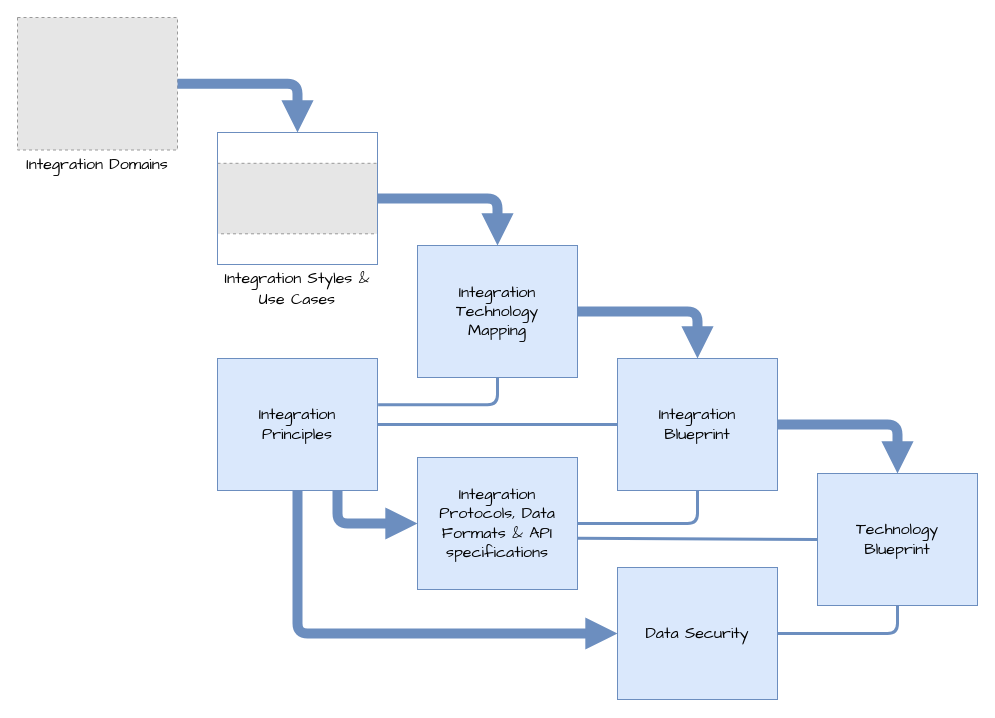
Earlier version of the draw.io diagram modules/ROOT/diagrams/overview.drawio (stn1slv/idm). Source tidied: cells renumbered, new cells numbered last; positions are measured from the earlier drawing's top-left corner, leaving out a move shared by most shapes. Both pictures are drawn from the tidied source at 100%, with x=0, y=0 at pixel (17, 17). Pictures stored in the file or linked from it are replaced by grey dashed boxes.
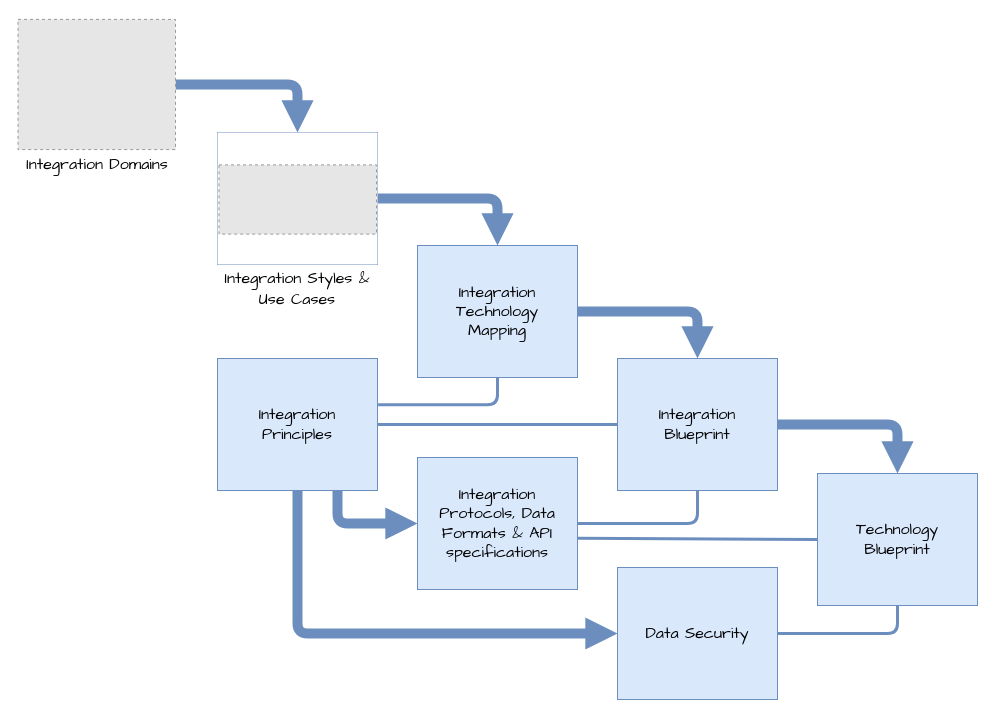
The same diagram, later.

Change to the diagram source:
```diff
@@
+    <mxCell id="13" style="rounded=0;whiteSpace=wrap;html=1;fillColor=none;strokeColor=#6C8EBF;" parent="1" vertex="1">
+      <mxGeometry x="200" y="115" width="160" height="132" as="geometry" />
+    </mxCell>
@@
-    <mxCell id="7" style="group;fontFamily=Architects Daughter;" parent="1" vertex="1">
-      <mxGeometry width="160" height="162" as="geometry" />
-    </mxCell>
-    <mxCell id="8" style="fillColor=#E6E6E6;strokeColor=#999999;dashed=1;verticalLabelPosition=bottom;labelBackgroundColor=default;verticalAlign=top;" parent="7" vertex="1">
-      <mxGeometry width="160" height="132.5" as="geometry" />
-    </mxCell>
-    <mxCell id="9" value="&lt;font&gt;Integration Domains&lt;/font&gt;" style="text;html=1;align=center;verticalAlign=middle;whiteSpace=wrap;rounded=0;fontFamily=Architects Daughter;fontSize=16;" parent="7" vertex="1">
-      <mxGeometry y="132" width="160" height="30" as="geometry" />
-    </mxCell>
-    <mxCell id="10" style="group;fontFamily=Architects Daughter;" parent="1" vertex="1">
-      <mxGeometry x="200" y="115" width="160" height="180" as="geometry" />
-    </mxCell>
-    <mxCell id="11" style="group;fillColor=default;" parent="10" vertex="1">
-      <mxGeometry width="160" height="132" as="geometry" />
-    </mxCell>
-    <mxCell id="12" style="fillColor=#E6E6E6;strokeColor=#999999;dashed=1;verticalLabelPosition=bottom;labelBackgroundColor=default;verticalAlign=top;" parent="11" vertex="1">
-      <mxGeometry y="30.8" width="160" height="70.5" as="geometry" />
-    </mxCell>
-    <mxCell id="13" style="rounded=0;whiteSpace=wrap;html=1;fillColor=none;strokeColor=#6C8EBF;" parent="11" vertex="1">
-      <mxGeometry width="160" height="132" as="geometry" />
-    </mxCell>
-    <mxCell id="14" value="&lt;font face=&quot;Architects Daughter&quot;&gt;Integration Styles &amp;amp; Use Cases&lt;/font&gt;" style="text;html=1;align=center;verticalAlign=middle;whiteSpace=wrap;rounded=0;fontFamily=Architec;fontSize=16;" parent="10" vertex="1">
-      <mxGeometry y="132" width="160" height="48" as="geometry" />
-    </mxCell>
@@
-    <mxCell id="16" style="edgeStyle=orthogonalEdgeStyle;rounded=1;jettySize=auto;html=1;entryX=0.5;entryY=0;entryDx=0;entryDy=0;strokeWidth=10;endArrow=block;endFill=1;fillColor=#dae8fc;strokeColor=#6c8ebf;curved=0;" parent="1" edge="1" source="8" target="13">
+    <mxCell id="16" style="edgeStyle=orthogonalEdgeStyle;rounded=1;jettySize=auto;html=1;entryX=0.5;entryY=0;entryDx=0;entryDy=0;strokeWidth=10;endArrow=block;endFill=1;fillColor=#dae8fc;strokeColor=#6c8ebf;curved=0;exitX=1;exitY=0.5;exitDx=0;exitDy=0;" parent="1" edge="1" source="30" target="13">
       <mxGeometry relative="1" as="geometry" />
     </mxCell>
@@
+    <mxCell id="27" style="group;" parent="1" vertex="1">
+      <mxGeometry x="200" y="115" width="160" height="180" as="geometry" />
+    </mxCell>
+    <mxCell id="11" style="group;fillColor=default;" parent="27" vertex="1">
+      <mxGeometry width="160" height="132" as="geometry" />
+    </mxCell>
+    <mxCell id="14" value="&lt;font face=&quot;Architects Daughter&quot;&gt;Integration Styles &amp;amp; Use Cases&lt;/font&gt;" style="text;html=1;align=center;verticalAlign=middle;whiteSpace=wrap;rounded=0;fontFamily=Architec;fontSize=16;" parent="27" vertex="1">
+      <mxGeometry y="132" width="160" height="48" as="geometry" />
+    </mxCell>
+    <mxCell id="28" style="fillColor=#E6E6E6;strokeColor=#999999;dashed=1;verticalLabelPosition=bottom;labelBackgroundColor=default;verticalAlign=top;" parent="27" vertex="1">
+      <mxGeometry x="1.5" y="32.4" width="157.5" height="69.2" as="geometry" />
+    </mxCell>
+    <mxCell id="29" style="group;" parent="1" vertex="1">
+      <mxGeometry y="1.9" width="160" height="160.2" as="geometry" />
+    </mxCell>
+    <mxCell id="9" value="&lt;font&gt;Integration Domains&lt;/font&gt;" style="text;html=1;align=center;verticalAlign=middle;whiteSpace=wrap;rounded=0;fontFamily=Architects Daughter;fontSize=16;" parent="29" vertex="1">
+      <mxGeometry y="130.2" width="160" height="30" as="geometry" />
+    </mxCell>
+    <mxCell id="30" style="fillColor=#E6E6E6;strokeColor=#999999;dashed=1;verticalLabelPosition=bottom;labelBackgroundColor=default;verticalAlign=top;" parent="29" vertex="1">
+      <mxGeometry x="0.5" width="157.5" height="130.2" as="geometry" />
+    </mxCell>
```
